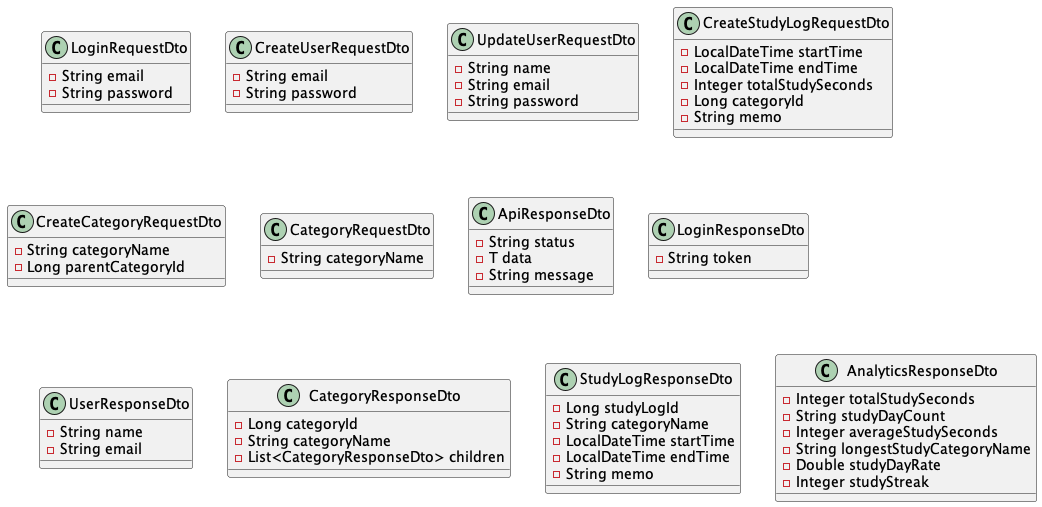
This is backend/study-management-app/docs/uml/img/class/class-dto.png from ShumpeiKawamura37/portfolio-study-management-app, a PlantUML export, as it was before one commit. Source of this version:
```plantuml
@startuml
class LoginRequestDto {
  - String email
  - String password
}

class CreateUserRequestDto {
  - String email
  - String password
}

class UpdateUserRequestDto {
  - String name
  - String email
  - String password
}

class CreateStudyLogRequestDto {
  - LocalDateTime startTime
  - LocalDateTime endTime
  - Integer totalStudySeconds
  - Long categoryId
  - String memo
}

class CreateCategoryRequestDto {
  - String categoryName
  - Long parentCategoryId
}

class CategoryRequestDto {
  - String categoryName
}

class ApiResponseDto {
  - String status
  - T data
  - String message
}

class LoginResponseDto {
  - String token
}

class UserResponseDto {
  - String name
  - String email
}

class CategoryResponseDto {
  - Long categoryId
  - String categoryName
  - List<CategoryResponseDto> children
}

class StudyLogResponseDto {
  - Long studyLogId
  - String categoryName
  - LocalDateTime startTime
  - LocalDateTime endTime
  - String memo
}

class AnalyticsResponseDto {
  - Integer totalStudySeconds
  - String studyDayCount
  - Integer averageStudySeconds
  - String longestStudyCategoryName
  - Double studyDayRate
  - Integer studyStreak
}
@enduml
```
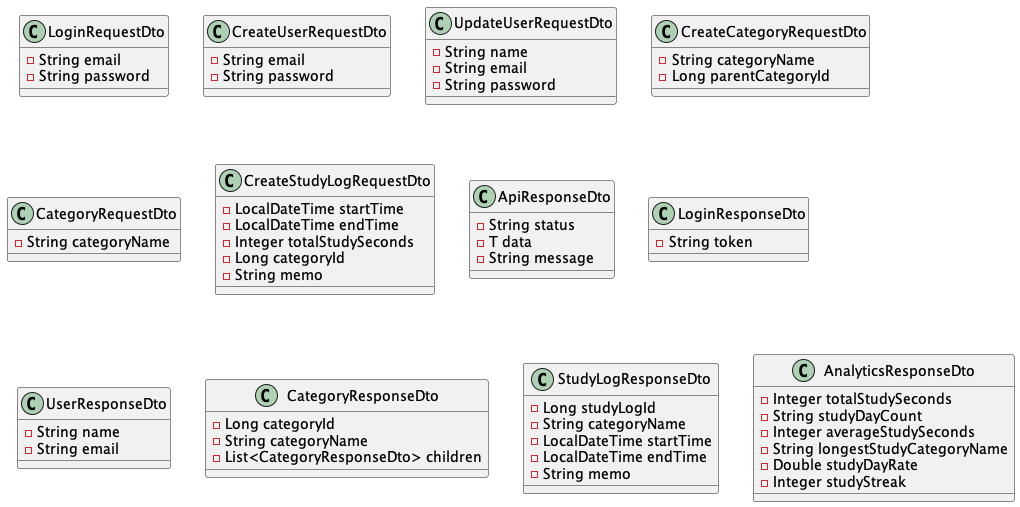
After the change.

The edit, as a diff of the source:
```diff
@@ -15,14 +15,6 @@
   - String password
 }
 
-class CreateStudyLogRequestDto {
-  - LocalDateTime startTime
-  - LocalDateTime endTime
-  - Integer totalStudySeconds
-  - Long categoryId
-  - String memo
-}
-
 class CreateCategoryRequestDto {
   - String categoryName
   - Long parentCategoryId
@@ -30,6 +22,14 @@
 
 class CategoryRequestDto {
   - String categoryName
+}
+
+class CreateStudyLogRequestDto {
+  - LocalDateTime startTime
+  - LocalDateTime endTime
+  - Integer totalStudySeconds
+  - Long categoryId
+  - String memo
 }
 
 class ApiResponseDto {
```
